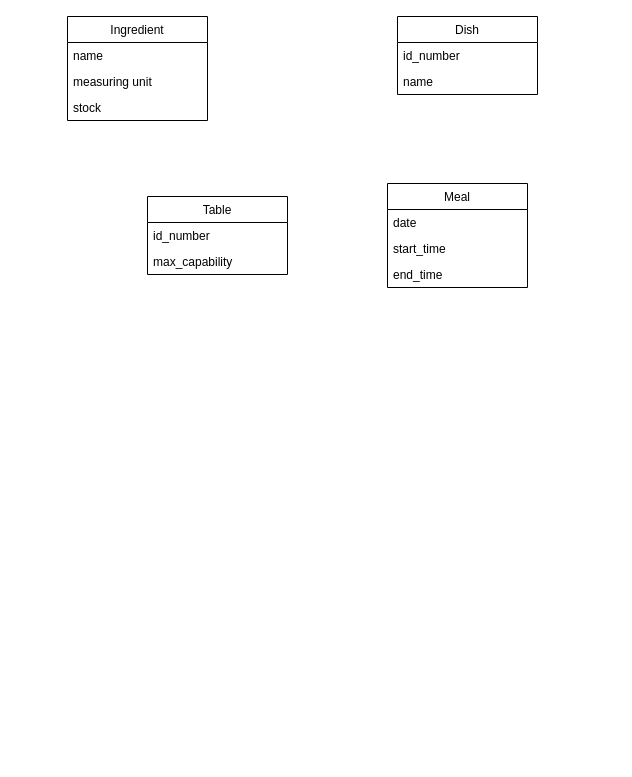
maguinago/Covid-tracker keeps this draw.io diagram as RestaurantUMLExercise.drawio. Above is the earlier version. Source tidied: cells renumbered, new cells numbered last; positions are measured from the earlier drawing's top-left corner, leaving out a move shared by most shapes. Both pictures are drawn from the tidied source at 100%, with x=0, y=0 at pixel (67, 16).
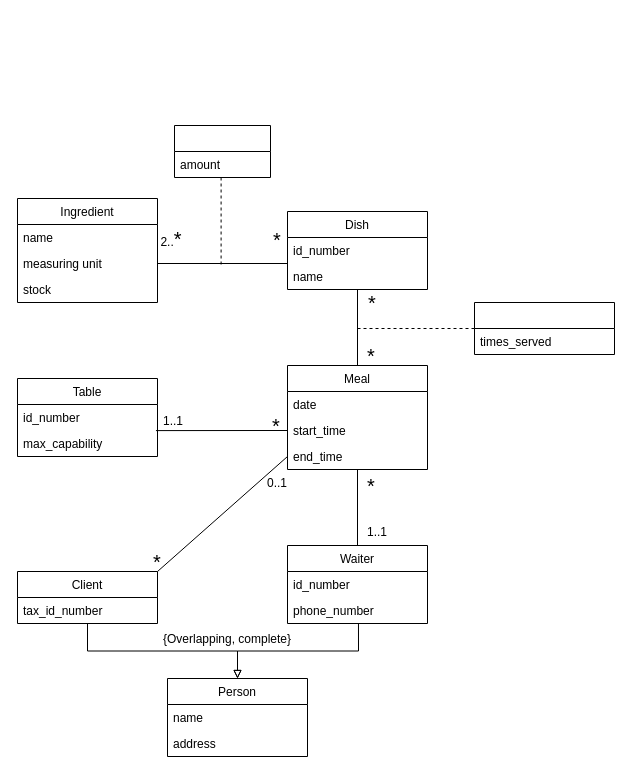
Above is the later version.

The change refers to these unchanged cells:
```xml
<mxCell id="7" value="measuring unit" style="text;strokeColor=none;fillColor=none;align=left;verticalAlign=top;spacingLeft=4;spacingRight=4;overflow=hidden;points=[[0,0.5],[1,0.5]];portConstraint=eastwest;" parent="5" vertex="1">
  <mxGeometry y="52" width="140" height="26" as="geometry" />
</mxCell>
<mxCell id="10" value="id_number" style="text;strokeColor=none;fillColor=none;align=left;verticalAlign=top;spacingLeft=4;spacingRight=4;overflow=hidden;points=[[0,0.5],[1,0.5]];portConstraint=eastwest;" parent="9" vertex="1">
  <mxGeometry y="26" width="140" height="26" as="geometry" />
</mxCell>
<mxCell id="14" value="start_time" style="text;strokeColor=none;fillColor=none;align=left;verticalAlign=top;spacingLeft=4;spacingRight=4;overflow=hidden;points=[[0,0.5],[1,0.5]];portConstraint=eastwest;" parent="12" vertex="1">
  <mxGeometry y="52" width="140" height="26" as="geometry" />
</mxCell>
<mxCell id="15" value="end_time" style="text;strokeColor=none;fillColor=none;align=left;verticalAlign=top;spacingLeft=4;spacingRight=4;overflow=hidden;points=[[0,0.5],[1,0.5]];portConstraint=eastwest;" parent="12" vertex="1">
  <mxGeometry y="78" width="140" height="26" as="geometry" />
</mxCell>
```

Diff of the diagram source:
```diff
@@
-    <mxCell id="2" value="Dish" style="swimlane;fontStyle=0;horizontal=1;startSize=26;fillColor=none;" parent="1" vertex="1">
-      <mxGeometry x="330" width="140" height="78" as="geometry" />
-    </mxCell>
-    <mxCell id="3" value="id_number" style="text;strokeColor=none;fillColor=none;align=left;verticalAlign=top;spacingLeft=4;spacingRight=4;overflow=hidden;" parent="2" vertex="1">
-      <mxGeometry y="26" width="140" height="26" as="geometry" />
-    </mxCell>
-    <mxCell id="4" value="name" style="text;strokeColor=none;fillColor=none;align=left;verticalAlign=top;spacingLeft=4;spacingRight=4;overflow=hidden;points=[[0,0.5],[1,0.5]];portConstraint=eastwest;" parent="2" vertex="1">
-      <mxGeometry y="52" width="140" height="26" as="geometry" />
-    </mxCell>
+    <mxCell id="16" style="edgeStyle=none;rounded=0;jettySize=auto;html=1;entryX=0.5;entryY=0;entryDx=0;entryDy=0;endArrow=none;endFill=0;fontSize=20;" parent="1" edge="1" source="2" target="12">
+      <mxGeometry relative="1" as="geometry" />
+    </mxCell>
+    <mxCell id="17" value="&lt;font style=&quot;font-size: 12px&quot;&gt;2..&lt;/font&gt;*" style="text;html=1;strokeColor=none;fillColor=none;align=center;verticalAlign=middle;whiteSpace=wrap;rounded=0;fontSize=20;" parent="1" vertex="1">
+      <mxGeometry x="84" y="212" width="40" height="20" as="geometry" />
+    </mxCell>
+    <mxCell id="18" value="&lt;font style=&quot;font-size: 20px&quot;&gt;*&lt;/font&gt;" style="text;html=1;strokeColor=none;fillColor=none;align=center;verticalAlign=middle;whiteSpace=wrap;rounded=0;fontSize=20;" parent="1" vertex="1">
+      <mxGeometry x="190" y="213" width="40" height="20" as="geometry" />
+    </mxCell>
+    <mxCell id="19" style="edgeStyle=orthogonalEdgeStyle;rounded=0;jettySize=auto;html=1;entryX=0.5;entryY=0;entryDx=0;entryDy=0;endArrow=block;endFill=0;fontSize=20;exitX=0.507;exitY=1;exitDx=0;exitDy=0;exitPerimeter=0;" parent="1" edge="1" source="47" target="40">
+      <mxGeometry relative="1" as="geometry" />
+    </mxCell>
+    <mxCell id="20" style="edgeStyle=orthogonalEdgeStyle;rounded=0;jettySize=auto;html=1;exitX=0.5;exitY=1;exitDx=0;exitDy=0;entryX=0.5;entryY=0;entryDx=0;entryDy=0;endArrow=block;endFill=0;fontSize=20;" parent="1" edge="1" source="43" target="40">
+      <mxGeometry relative="1" as="geometry" />
+    </mxCell>
+    <mxCell id="21" value="&lt;font style=&quot;font-size: 12px&quot;&gt;{Overlapping, complete}&lt;/font&gt;" style="text;html=1;strokeColor=none;fillColor=none;align=center;verticalAlign=middle;whiteSpace=wrap;rounded=0;fontSize=20;" parent="1" vertex="1">
+      <mxGeometry x="90" y="609" width="140" height="20" as="geometry" />
+    </mxCell>
+    <mxCell id="22" style="edgeStyle=none;rounded=0;jettySize=auto;html=1;exitX=1;exitY=0;exitDx=0;exitDy=0;endArrow=none;endFill=0;fontSize=20;entryX=0;entryY=0.5;entryDx=0;entryDy=0;" parent="1" edge="1" source="43" target="15">
+      <mxGeometry relative="1" as="geometry" />
+    </mxCell>
+    <mxCell id="23" style="edgeStyle=none;rounded=0;jettySize=auto;html=1;exitX=1;exitY=0.5;exitDx=0;exitDy=0;entryX=0.002;entryY=0;entryDx=0;entryDy=0;entryPerimeter=0;endArrow=none;endFill=0;fontSize=20;" parent="1" edge="1" source="7" target="4">
+      <mxGeometry relative="1" as="geometry" />
+    </mxCell>
+    <mxCell id="24" style="edgeStyle=none;rounded=0;jettySize=auto;html=1;entryX=0.5;entryY=0;entryDx=0;entryDy=0;endArrow=none;endFill=0;fontSize=20;" parent="1" edge="1" source="12" target="45">
+      <mxGeometry relative="1" as="geometry" />
+    </mxCell>
+    <mxCell id="25" value="&lt;span style=&quot;font-size: 12px&quot;&gt;1..1&lt;/span&gt;" style="text;html=1;strokeColor=none;fillColor=none;align=center;verticalAlign=middle;whiteSpace=wrap;rounded=0;fontSize=20;" parent="1" vertex="1">
+      <mxGeometry x="290" y="502" width="40" height="20" as="geometry" />
+    </mxCell>
+    <mxCell id="26" value="&lt;span&gt;&lt;font style=&quot;font-size: 20px&quot;&gt;*&lt;/font&gt;&lt;/span&gt;" style="text;html=1;strokeColor=none;fillColor=none;align=center;verticalAlign=middle;whiteSpace=wrap;rounded=0;fontSize=20;" parent="1" vertex="1">
+      <mxGeometry x="284" y="459" width="40" height="20" as="geometry" />
+    </mxCell>
+    <mxCell id="27" style="edgeStyle=none;rounded=0;jettySize=auto;html=1;exitX=0;exitY=0.5;exitDx=0;exitDy=0;entryX=0.989;entryY=1.004;entryDx=0;entryDy=0;entryPerimeter=0;endArrow=none;endFill=0;fontSize=20;" parent="1" edge="1" source="14" target="10">
+      <mxGeometry relative="1" as="geometry" />
+    </mxCell>
+    <mxCell id="28" value="&lt;font style=&quot;font-size: 12px&quot;&gt;1..1&lt;/font&gt;" style="text;html=1;strokeColor=none;fillColor=none;align=center;verticalAlign=middle;whiteSpace=wrap;rounded=0;fontSize=20;" parent="1" vertex="1">
+      <mxGeometry x="86" y="391" width="40" height="20" as="geometry" />
+    </mxCell>
+    <mxCell id="29" value="&lt;font style=&quot;font-size: 20px&quot;&gt;*&lt;/font&gt;" style="text;html=1;strokeColor=none;fillColor=none;align=center;verticalAlign=middle;whiteSpace=wrap;rounded=0;fontSize=20;" parent="1" vertex="1">
+      <mxGeometry x="189" y="399" width="40" height="20" as="geometry" />
+    </mxCell>
+    <mxCell id="30" value="&lt;font style=&quot;font-size: 20px&quot;&gt;*&lt;/font&gt;" style="text;html=1;strokeColor=none;fillColor=none;align=center;verticalAlign=middle;whiteSpace=wrap;rounded=0;fontSize=20;" parent="1" vertex="1">
+      <mxGeometry x="284" y="329" width="40" height="20" as="geometry" />
+    </mxCell>
+    <mxCell id="31" value="&lt;font style=&quot;font-size: 20px&quot;&gt;*&lt;/font&gt;" style="text;html=1;strokeColor=none;fillColor=none;align=center;verticalAlign=middle;whiteSpace=wrap;rounded=0;fontSize=20;" parent="1" vertex="1">
+      <mxGeometry x="285" y="276" width="40" height="20" as="geometry" />
+    </mxCell>
+    <mxCell id="32" value="&lt;font style=&quot;font-size: 20px&quot;&gt;*&lt;/font&gt;" style="text;html=1;strokeColor=none;fillColor=none;align=center;verticalAlign=middle;whiteSpace=wrap;rounded=0;fontSize=20;" parent="1" vertex="1">
+      <mxGeometry x="70" y="535" width="40" height="20" as="geometry" />
+    </mxCell>
+    <mxCell id="33" value="&lt;span style=&quot;font-size: 12px&quot;&gt;0..1&lt;/span&gt;" style="text;html=1;strokeColor=none;fillColor=none;align=center;verticalAlign=middle;whiteSpace=wrap;rounded=0;fontSize=20;" parent="1" vertex="1">
+      <mxGeometry x="190" y="453" width="40" height="20" as="geometry" />
+    </mxCell>
+    <mxCell id="34" style="endArrow=none;dashed=1;html=1;fontSize=20;" parent="1" edge="1">
+      <mxGeometry relative="1" as="geometry">
+        <mxPoint x="290" y="312" as="sourcePoint" />
+        <mxPoint x="410" y="312" as="targetPoint" />
+      </mxGeometry>
+    </mxCell>
+    <mxCell id="35" style="endArrow=none;dashed=1;html=1;fontSize=20;" parent="1" edge="1">
+      <mxGeometry relative="1" as="geometry">
+        <mxPoint x="153.6" y="161" as="sourcePoint" />
+        <mxPoint x="153.6" y="248" as="targetPoint" />
+      </mxGeometry>
+    </mxCell>
     <mxCell id="5" value="Ingredient" style="swimlane;fontStyle=0;horizontal=1;startSize=26;fillColor=none;" parent="1" vertex="1">
-      <mxGeometry width="140" height="104" as="geometry" />
+      <mxGeometry x="-50" y="182" width="140" height="104" as="geometry" />
     </mxCell>
@@
+    <mxCell id="2" value="Dish" style="swimlane;fontStyle=0;horizontal=1;startSize=26;fillColor=none;" parent="1" vertex="1">
+      <mxGeometry x="220" y="195" width="140" height="78" as="geometry" />
+    </mxCell>
+    <mxCell id="3" value="id_number" style="text;strokeColor=none;fillColor=none;align=left;verticalAlign=top;spacingLeft=4;spacingRight=4;overflow=hidden;" parent="2" vertex="1">
+      <mxGeometry y="26" width="140" height="26" as="geometry" />
+    </mxCell>
+    <mxCell id="4" value="name" style="text;strokeColor=none;fillColor=none;align=left;verticalAlign=top;spacingLeft=4;spacingRight=4;overflow=hidden;points=[[0,0.5],[1,0.5]];portConstraint=eastwest;" parent="2" vertex="1">
+      <mxGeometry y="52" width="140" height="26" as="geometry" />
+    </mxCell>
+    <mxCell id="36" style="swimlane;fontStyle=0;horizontal=1;startSize=26;fillColor=none;" parent="1" vertex="1">
+      <mxGeometry x="407" y="286" width="140" height="52" as="geometry" />
+    </mxCell>
+    <mxCell id="37" value="times_served" style="text;strokeColor=none;fillColor=none;align=left;verticalAlign=top;spacingLeft=4;spacingRight=4;overflow=hidden;" parent="36" vertex="1">
+      <mxGeometry y="26" width="140" height="26" as="geometry" />
+    </mxCell>
+    <mxCell id="38" style="swimlane;fontStyle=0;horizontal=1;startSize=26;fillColor=none;" parent="1" vertex="1">
+      <mxGeometry x="107" y="109" width="96" height="52" as="geometry" />
+    </mxCell>
+    <mxCell id="39" value="amount" style="text;strokeColor=none;fillColor=none;align=left;verticalAlign=top;spacingLeft=4;spacingRight=4;overflow=hidden;" parent="38" vertex="1">
+      <mxGeometry y="26" width="96" height="26" as="geometry" />
+    </mxCell>
+    <mxCell id="40" value="Person" style="swimlane;fontStyle=0;horizontal=1;startSize=26;fillColor=none;" parent="1" vertex="1">
+      <mxGeometry x="100" y="662" width="140" height="78" as="geometry" />
+    </mxCell>
+    <mxCell id="41" value="name" style="text;strokeColor=none;fillColor=none;align=left;verticalAlign=top;spacingLeft=4;spacingRight=4;overflow=hidden;" parent="40" vertex="1">
+      <mxGeometry y="26" width="140" height="26" as="geometry" />
+    </mxCell>
+    <mxCell id="42" value="address" style="text;strokeColor=none;fillColor=none;align=left;verticalAlign=top;spacingLeft=4;spacingRight=4;overflow=hidden;" parent="40" vertex="1">
+      <mxGeometry y="52" width="140" height="26" as="geometry" />
+    </mxCell>
     <mxCell id="9" value="Table" style="swimlane;fontStyle=0;horizontal=1;startSize=26;fillColor=none;" parent="1" vertex="1">
-      <mxGeometry x="80" y="180" width="140" height="78" as="geometry" />
+      <mxGeometry x="-50" y="362" width="140" height="78" as="geometry" />
     </mxCell>
@@
+    <mxCell id="43" value="Client" style="swimlane;fontStyle=0;horizontal=1;startSize=26;fillColor=none;" parent="1" vertex="1">
+      <mxGeometry x="-50" y="555" width="140" height="52" as="geometry" />
+    </mxCell>
+    <mxCell id="44" value="tax_id_number" style="text;strokeColor=none;fillColor=none;align=left;verticalAlign=top;spacingLeft=4;spacingRight=4;overflow=hidden;" parent="43" vertex="1">
+      <mxGeometry y="26" width="140" height="26" as="geometry" />
+    </mxCell>
     <mxCell id="12" value="Meal" style="swimlane;fontStyle=0;horizontal=1;startSize=26;fillColor=none;" parent="1" vertex="1">
-      <mxGeometry x="320" y="167" width="140" height="104" as="geometry" />
+      <mxGeometry x="220" y="349" width="140" height="104" as="geometry" />
     </mxCell>
@@
+    <mxCell id="45" value="Waiter" style="swimlane;fontStyle=0;horizontal=1;startSize=26;fillColor=none;" parent="1" vertex="1">
+      <mxGeometry x="220" y="529" width="140" height="78" as="geometry" />
+    </mxCell>
+    <mxCell id="46" value="id_number" style="text;strokeColor=none;fillColor=none;align=left;verticalAlign=top;spacingLeft=4;spacingRight=4;overflow=hidden;" parent="45" vertex="1">
+      <mxGeometry y="26" width="140" height="26" as="geometry" />
+    </mxCell>
+    <mxCell id="47" value="phone_number" style="text;strokeColor=none;fillColor=none;align=left;verticalAlign=top;spacingLeft=4;spacingRight=4;overflow=hidden;points=[[0,0.5],[1,0.5]];portConstraint=eastwest;" parent="45" vertex="1">
+      <mxGeometry y="52" width="140" height="26" as="geometry" />
+    </mxCell>
```
